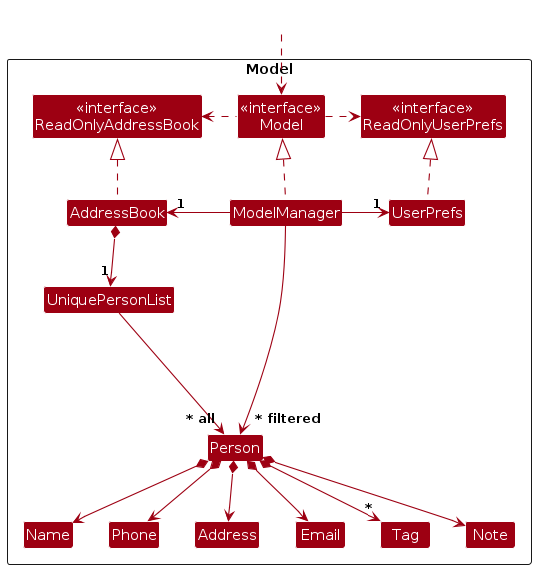
This is diagrams/ModelClassDiagram.png from kevinlimantoro123/tp, a PlantUML export, as it was before one commit. Its source is kept beside it as diagrams/ModelClassDiagram.puml.
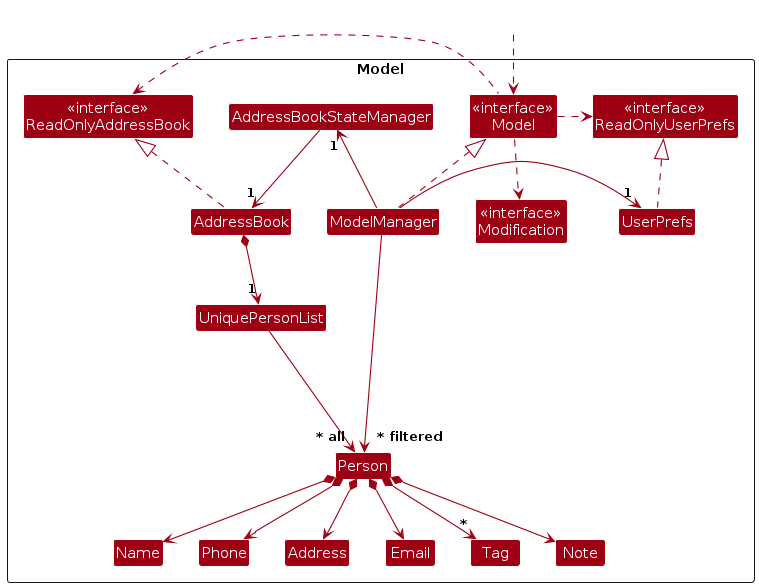
After the change.

What changed in the source:
```diff
@@ -6,9 +6,11 @@
 
 Package Model as ModelPackage <<Rectangle>>{
 Class "<<interface>>\nReadOnlyAddressBook" as ReadOnlyAddressBook
+Class "<<interface>>\nModification" as Modification
 Class "<<interface>>\nReadOnlyUserPrefs" as ReadOnlyUserPrefs
 Class "<<interface>>\nModel" as Model
 Class AddressBook
+Class AddressBookStateManager
 Class ModelManager
 Class UserPrefs
 
@@ -32,7 +34,9 @@
 ModelManager .up.|> Model
 Model .right.> ReadOnlyUserPrefs
 Model .left.> ReadOnlyAddressBook
-ModelManager -left-> "1" AddressBook
+Model ..> Modification
+ModelManager -left-> "1" AddressBookStateManager
+AddressBookStateManager --> "1" AddressBook
 ModelManager -right-> "1" UserPrefs
 UserPrefs .up.|> ReadOnlyUserPrefs
 
```
